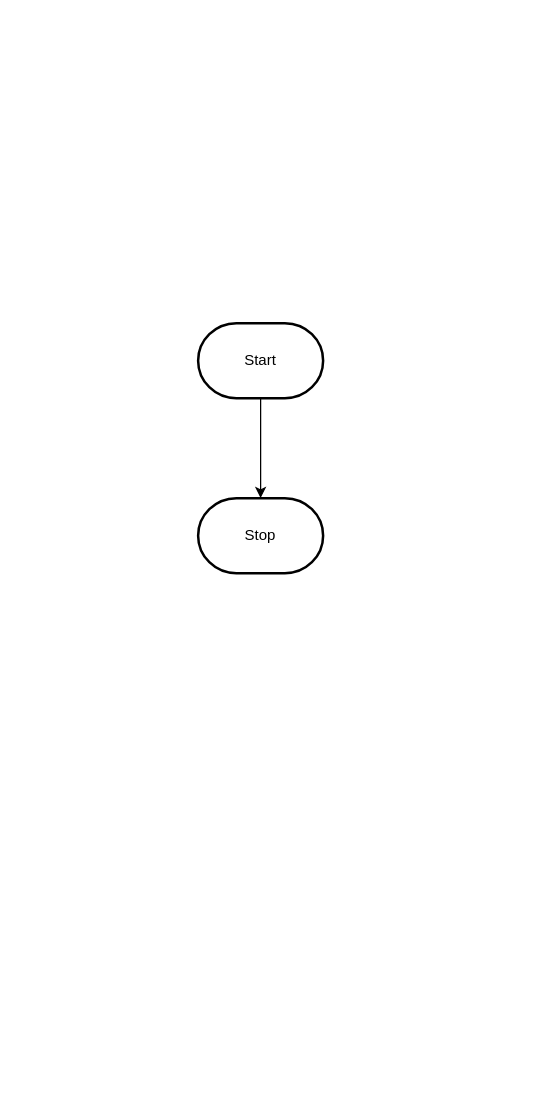
This is design/flowchart.drawio from MTHS-ICD2O-1-2023/ICD2O-Unit-5-01-Julianne-Leblanc-Peltier, a draw.io file, before an edit. Source tidied: cells renumbered, new cells numbered last; positions are measured from the earlier drawing's top-left corner, leaving out a move shared by most shapes. Both pictures are drawn from the tidied source at 125%, with x=0, y=0 at pixel (198, 322).
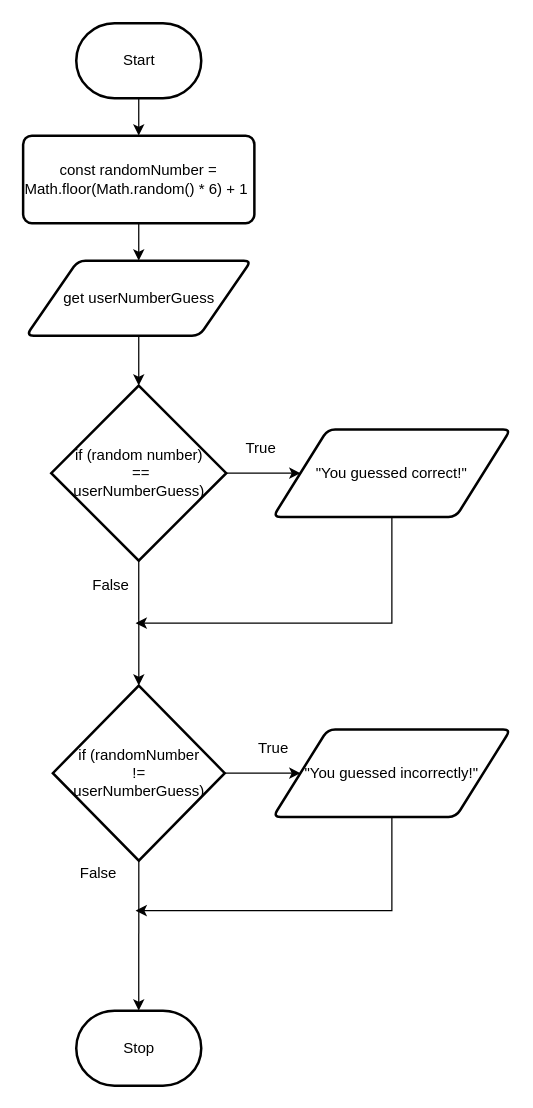
The same page after the edit.

Change to the diagram source:
```diff
@@
-    <mxCell id="2" style="edgeStyle=orthogonalEdgeStyle;html=1;rounded=0;" parent="1" edge="1" source="3" target="4">
-      <mxGeometry relative="1" as="geometry" />
-    </mxCell>
+    <mxCell id="5" style="edgeStyle=none;html=1;exitX=0.5;exitY=1;exitDx=0;exitDy=0;exitPerimeter=0;entryX=0.5;entryY=0;entryDx=0;entryDy=0;" parent="1" edge="1" source="3" target="2">
+      <mxGeometry relative="1" as="geometry" />
+    </mxCell>
     <mxCell id="3" value="Start" style="strokeWidth=2;html=1;shape=mxgraph.flowchart.terminator;whiteSpace=wrap;" parent="1" vertex="1">
-      <mxGeometry width="100" height="60" as="geometry" />
+      <mxGeometry x="-97.5" y="-240" width="100" height="60" as="geometry" />
     </mxCell>
     <mxCell id="4" value="Stop" style="strokeWidth=2;html=1;shape=mxgraph.flowchart.terminator;whiteSpace=wrap;" parent="1" vertex="1">
-      <mxGeometry y="140" width="100" height="60" as="geometry" />
+      <mxGeometry x="-97.5" y="550" width="100" height="60" as="geometry" />
     </mxCell>
+    <mxCell id="6" style="edgeStyle=none;html=1;exitX=0.5;exitY=1;exitDx=0;exitDy=0;entryX=0.5;entryY=0;entryDx=0;entryDy=0;" parent="1" edge="1" source="2" target="8">
+      <mxGeometry relative="1" as="geometry" />
+    </mxCell>
+    <mxCell id="2" value="const randomNumber = Math.floor(Math.random() * 6) + 1&amp;nbsp;" style="rounded=1;whiteSpace=wrap;html=1;absoluteArcSize=1;arcSize=14;strokeWidth=2;" parent="1" vertex="1">
+      <mxGeometry x="-140" y="-150" width="185" height="70" as="geometry" />
+    </mxCell>
+    <mxCell id="7" style="edgeStyle=none;html=1;exitX=0.5;exitY=1;exitDx=0;exitDy=0;entryX=0.5;entryY=0;entryDx=0;entryDy=0;entryPerimeter=0;" parent="1" edge="1" source="8" target="11">
+      <mxGeometry relative="1" as="geometry" />
+    </mxCell>
+    <mxCell id="8" value="get userNumberGuess" style="shape=parallelogram;html=1;strokeWidth=2;perimeter=parallelogramPerimeter;whiteSpace=wrap;rounded=1;arcSize=12;size=0.23;" parent="1" vertex="1">
+      <mxGeometry x="-137.5" y="-50" width="180" height="60" as="geometry" />
+    </mxCell>
+    <mxCell id="9" style="edgeStyle=none;html=1;exitX=0.5;exitY=1;exitDx=0;exitDy=0;exitPerimeter=0;entryX=0.5;entryY=0;entryDx=0;entryDy=0;entryPerimeter=0;" parent="1" edge="1" source="11" target="14">
+      <mxGeometry relative="1" as="geometry" />
+    </mxCell>
+    <mxCell id="10" style="edgeStyle=none;html=1;exitX=1;exitY=0.5;exitDx=0;exitDy=0;exitPerimeter=0;entryX=0;entryY=0.5;entryDx=0;entryDy=0;" parent="1" edge="1" source="11" target="17">
+      <mxGeometry relative="1" as="geometry" />
+    </mxCell>
+    <mxCell id="11" value="if (random number)&lt;br&gt;&amp;nbsp;==&lt;br&gt;&amp;nbsp;userNumberGuess)&amp;nbsp;" style="strokeWidth=2;html=1;shape=mxgraph.flowchart.decision;whiteSpace=wrap;" parent="1" vertex="1">
+      <mxGeometry x="-117.5" y="50" width="140" height="140" as="geometry" />
+    </mxCell>
+    <mxCell id="12" style="edgeStyle=none;rounded=0;html=1;exitX=1;exitY=0.5;exitDx=0;exitDy=0;exitPerimeter=0;" parent="1" edge="1" source="14" target="20">
+      <mxGeometry relative="1" as="geometry" />
+    </mxCell>
+    <mxCell id="13" style="edgeStyle=none;rounded=0;html=1;exitX=0.5;exitY=1;exitDx=0;exitDy=0;exitPerimeter=0;entryX=0.5;entryY=0;entryDx=0;entryDy=0;entryPerimeter=0;" parent="1" edge="1" source="14" target="4">
+      <mxGeometry relative="1" as="geometry" />
+    </mxCell>
+    <mxCell id="14" value="if (randomNumber&lt;br&gt;!=&lt;br&gt;userNumberGuess)" style="strokeWidth=2;html=1;shape=mxgraph.flowchart.decision;whiteSpace=wrap;" parent="1" vertex="1">
+      <mxGeometry x="-116.2" y="290" width="137.5" height="140" as="geometry" />
+    </mxCell>
+    <mxCell id="15" value="False" style="text;html=1;align=center;verticalAlign=middle;strokeColor=none;fillColor=none;" parent="1" vertex="1">
+      <mxGeometry x="-95" y="195" width="50" height="30" as="geometry" />
+    </mxCell>
+    <mxCell id="16" style="edgeStyle=none;html=1;exitX=0.5;exitY=1;exitDx=0;exitDy=0;rounded=0;" parent="1" edge="1" source="17">
+      <mxGeometry relative="1" as="geometry">
+        <mxPoint x="-50" y="240" as="targetPoint" />
+        <Array as="points">
+          <mxPoint x="155" y="240" />
+        </Array>
+      </mxGeometry>
+    </mxCell>
+    <mxCell id="17" value="&quot;You guessed correct!&quot;" style="shape=parallelogram;html=1;strokeWidth=2;perimeter=parallelogramPerimeter;whiteSpace=wrap;rounded=1;arcSize=12;size=0.23;" parent="1" vertex="1">
+      <mxGeometry x="60" y="85" width="190" height="70" as="geometry" />
+    </mxCell>
+    <mxCell id="18" value="True" style="text;html=1;align=center;verticalAlign=middle;strokeColor=none;fillColor=none;" parent="1" vertex="1">
+      <mxGeometry x="25" y="85" width="50" height="30" as="geometry" />
+    </mxCell>
+    <mxCell id="19" style="edgeStyle=none;rounded=0;html=1;exitX=0.5;exitY=1;exitDx=0;exitDy=0;" parent="1" edge="1" source="20">
+      <mxGeometry relative="1" as="geometry">
+        <mxPoint x="-50" y="470" as="targetPoint" />
+        <Array as="points">
+          <mxPoint x="155" y="470" />
+        </Array>
+      </mxGeometry>
+    </mxCell>
+    <mxCell id="20" value="&quot;You guessed incorrectly!&quot;" style="shape=parallelogram;html=1;strokeWidth=2;perimeter=parallelogramPerimeter;whiteSpace=wrap;rounded=1;arcSize=12;size=0.23;" parent="1" vertex="1">
+      <mxGeometry x="60" y="325" width="190" height="70" as="geometry" />
+    </mxCell>
+    <mxCell id="21" value="False" style="text;html=1;align=center;verticalAlign=middle;strokeColor=none;fillColor=none;" parent="1" vertex="1">
+      <mxGeometry x="-105" y="425" width="50" height="30" as="geometry" />
+    </mxCell>
+    <mxCell id="22" value="True" style="text;html=1;align=center;verticalAlign=middle;strokeColor=none;fillColor=none;" parent="1" vertex="1">
+      <mxGeometry x="35" y="325" width="50" height="30" as="geometry" />
+    </mxCell>
```
